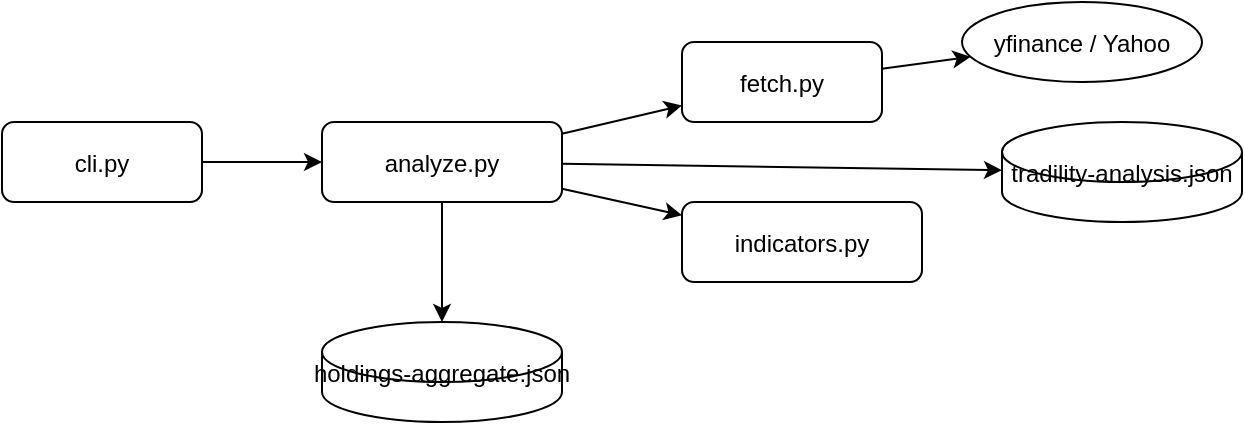
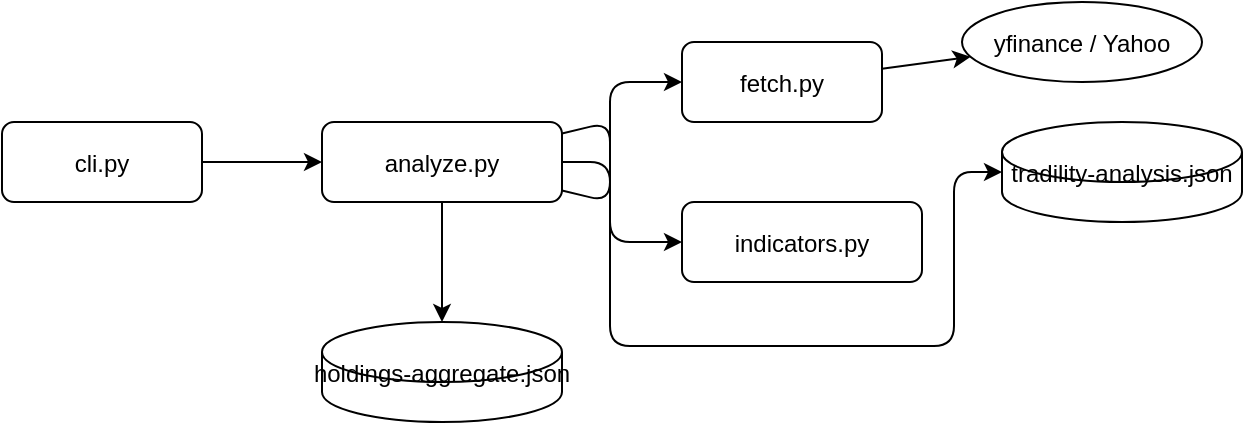
- <mxfile><diagram name="repo-architecture"><mxGraphModel><root><mxCell id="0"/><mxCell id="1" parent="0"/><mxCell id="2" value="cli.py" style="rounded=1;" vertex="1" parent="1"><mxGeometry x="40" y="80" width="100" height="40" as="geometry"/></mxCell><mxCell id="3" value="analyze.py" style="rounded=1;" vertex="1" parent="1"><mxGeometry x="200" y="80" width="120" height="40" as="geometry"/></mxCell><mxCell id="4" value="fetch.py" style="rounded=1;" vertex="1" parent="1"><mxGeometry x="380" y="40" width="100" height="40" as="geometry"/></mxCell><mxCell id="5" value="indicators.py" style="rounded=1;" vertex="1" parent="1"><mxGeometry x="380" y="120" width="120" height="40" as="geometry"/></mxCell><mxCell id="6" value="holdings-aggregate.json" style="shape=cylinder3;" vertex="1" parent="1"><mxGeometry x="200" y="180" width="120" height="50" as="geometry"/></mxCell><mxCell id="7" value="tradility-analysis.json" style="shape=cylinder3;" vertex="1" parent="1"><mxGeometry x="540" y="80" width="120" height="50" as="geometry"/></mxCell><mxCell id="8" value="yfinance / Yahoo" style="ellipse;" vertex="1" parent="1"><mxGeometry x="520" y="20" width="120" height="40" as="geometry"/></mxCell><mxCell id="9" edge="1" source="2" target="3" parent="1"><mxGeometry relative="1" as="geometry"/></mxCell><mxCell id="10" edge="1" source="3" target="4" parent="1"><mxGeometry relative="1" as="geometry"/></mxCell><mxCell id="11" edge="1" source="3" target="5" parent="1"><mxGeometry relative="1" as="geometry"/></mxCell><mxCell id="12" edge="1" source="3" target="6" parent="1"><mxGeometry relative="1" as="geometry"/></mxCell><mxCell id="13" edge="1" source="4" target="8" parent="1"><mxGeometry relative="1" as="geometry"/></mxCell><mxCell id="14" edge="1" source="3" target="7" parent="1"><mxGeometry relative="1" as="geometry"/></mxCell></root></mxGraphModel></diagram></mxfile>
+ <?xml version='1.0' encoding='utf-8'?>
+ <mxfile>
+   <diagram name="repo-architecture">
+     <mxGraphModel>
+       <root>
+         <mxCell id="0" />
+         <mxCell id="1" parent="0" />
+         <mxCell id="2" value="cli.py" style="rounded=1;" vertex="1" parent="1">
+           <mxGeometry x="40" y="80" width="100" height="40" as="geometry" />
+         </mxCell>
+         <mxCell id="3" value="analyze.py" style="rounded=1;" vertex="1" parent="1">
+           <mxGeometry x="200" y="80" width="120" height="40" as="geometry" />
+         </mxCell>
+         <mxCell id="4" value="fetch.py" style="rounded=1;" vertex="1" parent="1">
+           <mxGeometry x="380" y="40" width="100" height="40" as="geometry" />
+         </mxCell>
+         <mxCell id="5" value="indicators.py" style="rounded=1;" vertex="1" parent="1">
+           <mxGeometry x="380" y="120" width="120" height="40" as="geometry" />
+         </mxCell>
+         <mxCell id="6" value="holdings-aggregate.json" style="shape=cylinder3;" vertex="1" parent="1">
+           <mxGeometry x="200" y="180" width="120" height="50" as="geometry" />
+         </mxCell>
+         <mxCell id="7" value="tradility-analysis.json" style="shape=cylinder3;" vertex="1" parent="1">
+           <mxGeometry x="540" y="80" width="120" height="50" as="geometry" />
+         </mxCell>
+         <mxCell id="8" value="yfinance / Yahoo" style="ellipse;" vertex="1" parent="1">
+           <mxGeometry x="520" y="20" width="120" height="40" as="geometry" />
+         </mxCell>
+         <mxCell id="9" edge="1" source="2" target="3" parent="1" style="jumpStyle=arc;jumpSize=10;">
+           <mxGeometry relative="1" as="geometry" archilityManagedRoute="1">
+             <Array as="points">
+               <mxPoint x="164" y="100" />
+               <mxPoint x="176" y="100" />
+             </Array>
+           </mxGeometry>
+         </mxCell>
+         <mxCell id="10" edge="1" source="3" target="4" parent="1" style="jumpStyle=arc;jumpSize=10;">
+           <mxGeometry relative="1" as="geometry" archilityManagedRoute="1">
+             <Array as="points">
+               <mxPoint x="344" y="120" />
+               <mxPoint x="344" y="60" />
+               <mxPoint x="356" y="60" />
+             </Array>
+           </mxGeometry>
+         </mxCell>
+         <mxCell id="11" edge="1" source="3" target="5" parent="1" style="jumpStyle=arc;jumpSize=10;">
+           <mxGeometry relative="1" as="geometry" archilityManagedRoute="1">
+             <Array as="points">
+               <mxPoint x="344" y="100" />
+               <mxPoint x="344" y="140" />
+               <mxPoint x="356" y="140" />
+             </Array>
+           </mxGeometry>
+         </mxCell>
+         <mxCell id="12" edge="1" source="3" target="6" parent="1" style="jumpStyle=arc;jumpSize=10;">
+           <mxGeometry relative="1" as="geometry" archilityManagedRoute="1">
+             <Array as="points">
+               <mxPoint x="260" y="144" />
+               <mxPoint x="260" y="156" />
+             </Array>
+           </mxGeometry>
+         </mxCell>
+         <mxCell id="13" edge="1" source="4" target="8" parent="1" style="jumpStyle=arc;jumpSize=10;">
+           <mxGeometry relative="1" as="geometry" archilityManagedRoute="1">
+             <Array as="points" />
+           </mxGeometry>
+         </mxCell>
+         <mxCell id="14" edge="1" source="3" target="7" parent="1" style="jumpStyle=arc;jumpSize=10;">
+           <mxGeometry relative="1" as="geometry" archilityManagedRoute="1">
+             <Array as="points">
+               <mxPoint x="344" y="80" />
+               <mxPoint x="344" y="192" />
+               <mxPoint x="516" y="192" />
+               <mxPoint x="516" y="105" />
+             </Array>
+           </mxGeometry>
+         </mxCell>
+       </root>
+     </mxGraphModel>
+   </diagram>
+ </mxfile>
